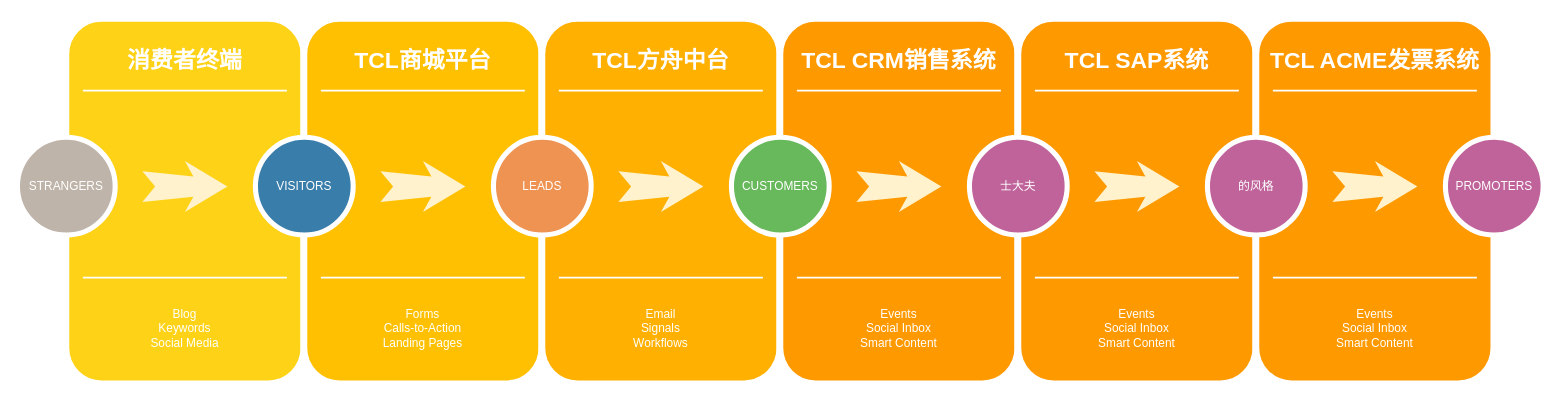
The draw.io diagram tshop/TCL之家Pro-PIA数据流转图.drawio in lawplus/diagrams, before the edit. Source tidied: cells renumbered, new cells numbered last; positions are measured from the earlier drawing's top-left corner, leaving out a move shared by most shapes. Both pictures are drawn from the tidied source at 85%, with x=0, y=0 at pixel (17, 18).
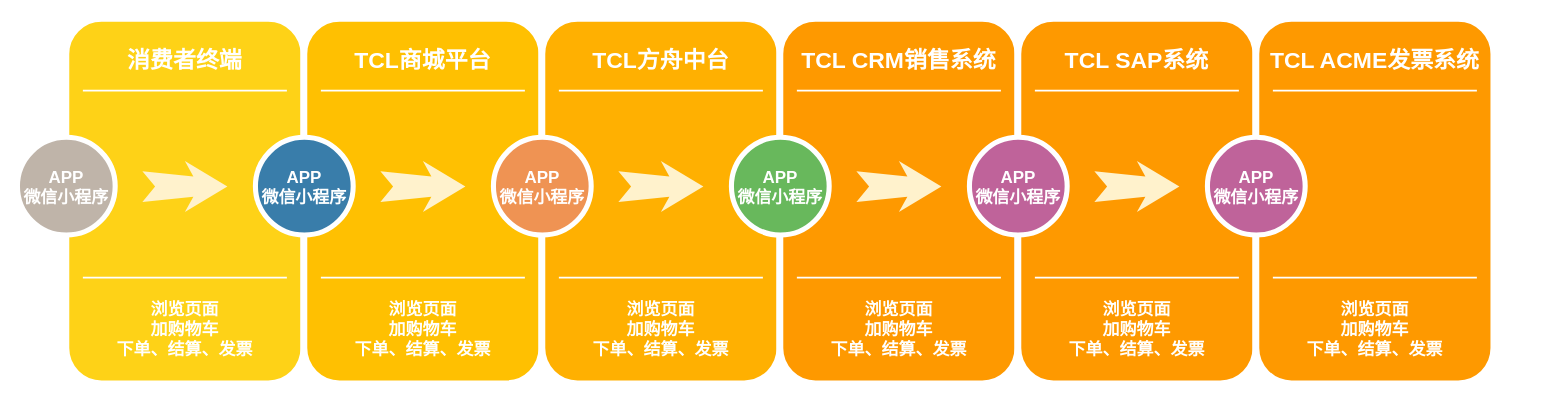
The same page after the edit.

Commit message:
TCL之家Pro-PIA数据流转图.drawio

Change to the diagram source:
```diff
@@
-    <mxCell id="4" value="Blog&lt;div&gt;Keywords&lt;/div&gt;&lt;div&gt;Social Media&lt;/div&gt;" style="text;html=1;strokeColor=none;fillColor=none;align=center;verticalAlign=middle;whiteSpace=wrap;rounded=0;shadow=0;fontSize=14;fontColor=#FFFFFF;" parent="1" vertex="1">
+    <mxCell id="4" value="浏览页面&lt;div style=&quot;font-size: 20px&quot;&gt;加购物车&lt;/div&gt;&lt;div style=&quot;font-size: 20px&quot;&gt;下单、结算、发票&lt;/div&gt;" style="text;html=1;strokeColor=none;fillColor=none;align=center;verticalAlign=middle;whiteSpace=wrap;rounded=0;shadow=0;fontSize=20;fontColor=#FFFFFF;fontStyle=1;" parent="1" vertex="1">
       <mxGeometry x="57" y="320" width="280" height="90" as="geometry" />
     </mxCell>
@@
-    <mxCell id="7" value="STRANGERS" style="ellipse;whiteSpace=wrap;html=1;rounded=0;shadow=0;strokeWidth=6;fontSize=14;align=center;fillColor=#BFB4A9;strokeColor=#FFFFFF;fontColor=#FFFFFF;" parent="1" vertex="1">
+    <mxCell id="7" value="APP&lt;br style=&quot;font-size: 20px;&quot;&gt;微信小程序" style="ellipse;whiteSpace=wrap;html=1;rounded=0;shadow=0;strokeWidth=6;fontSize=20;align=center;fillColor=#BFB4A9;strokeColor=#FFFFFF;fontColor=#FFFFFF;fontStyle=1;" parent="1" vertex="1">
       <mxGeometry y="140" width="115" height="115" as="geometry" />
     </mxCell>
@@
-    <mxCell id="11" value="Forms&lt;div&gt;Calls-to-Action&lt;/div&gt;&lt;div&gt;Landing Pages&lt;/div&gt;" style="text;html=1;strokeColor=none;fillColor=none;align=center;verticalAlign=middle;whiteSpace=wrap;rounded=0;shadow=0;fontSize=14;fontColor=#FFFFFF;" parent="1" vertex="1">
+    <mxCell id="11" value="&lt;span style=&quot;font-size: 20px ; font-weight: 700&quot;&gt;浏览页面&lt;/span&gt;&lt;div style=&quot;font-size: 20px ; font-weight: 700&quot;&gt;加购物车&lt;/div&gt;&lt;div style=&quot;font-size: 20px ; font-weight: 700&quot;&gt;下单、结算、发票&lt;/div&gt;" style="text;html=1;strokeColor=none;fillColor=none;align=center;verticalAlign=middle;whiteSpace=wrap;rounded=0;shadow=0;fontSize=14;fontColor=#FFFFFF;" parent="1" vertex="1">
       <mxGeometry x="337" y="320" width="280" height="90" as="geometry" />
     </mxCell>
@@
-    <mxCell id="14" value="VISITORS" style="ellipse;whiteSpace=wrap;html=1;rounded=0;shadow=0;strokeWidth=6;fontSize=14;align=center;fillColor=#397DAA;strokeColor=#FFFFFF;fontColor=#FFFFFF;" parent="1" vertex="1">
+    <mxCell id="14" value="&lt;span style=&quot;font-size: 20px ; font-weight: 700&quot;&gt;APP&lt;/span&gt;&lt;br style=&quot;font-size: 20px ; font-weight: 700&quot;&gt;&lt;span style=&quot;font-size: 20px ; font-weight: 700&quot;&gt;微信小程序&lt;/span&gt;" style="ellipse;whiteSpace=wrap;html=1;rounded=0;shadow=0;strokeWidth=6;fontSize=14;align=center;fillColor=#397DAA;strokeColor=#FFFFFF;fontColor=#FFFFFF;" parent="1" vertex="1">
       <mxGeometry x="280" y="140" width="115" height="115" as="geometry" />
     </mxCell>
@@
-    <mxCell id="18" value="Email&lt;div&gt;Signals&lt;/div&gt;&lt;div&gt;Workflows&lt;/div&gt;" style="text;html=1;strokeColor=none;fillColor=none;align=center;verticalAlign=middle;whiteSpace=wrap;rounded=0;shadow=0;fontSize=14;fontColor=#FFFFFF;" parent="1" vertex="1">
+    <mxCell id="18" value="&lt;span style=&quot;font-size: 20px ; font-weight: 700&quot;&gt;浏览页面&lt;/span&gt;&lt;div style=&quot;font-size: 20px ; font-weight: 700&quot;&gt;加购物车&lt;/div&gt;&lt;div style=&quot;font-size: 20px ; font-weight: 700&quot;&gt;下单、结算、发票&lt;/div&gt;" style="text;html=1;strokeColor=none;fillColor=none;align=center;verticalAlign=middle;whiteSpace=wrap;rounded=0;shadow=0;fontSize=14;fontColor=#FFFFFF;" parent="1" vertex="1">
       <mxGeometry x="617" y="320" width="280" height="90" as="geometry" />
     </mxCell>
@@
-    <mxCell id="21" value="LEADS" style="ellipse;whiteSpace=wrap;html=1;rounded=0;shadow=0;strokeWidth=6;fontSize=14;align=center;fillColor=#EF9353;strokeColor=#FFFFFF;fontColor=#FFFFFF;" parent="1" vertex="1">
+    <mxCell id="21" value="&lt;span style=&quot;font-size: 20px ; font-weight: 700&quot;&gt;APP&lt;/span&gt;&lt;br style=&quot;font-size: 20px ; font-weight: 700&quot;&gt;&lt;span style=&quot;font-size: 20px ; font-weight: 700&quot;&gt;微信小程序&lt;/span&gt;" style="ellipse;whiteSpace=wrap;html=1;rounded=0;shadow=0;strokeWidth=6;fontSize=14;align=center;fillColor=#EF9353;strokeColor=#FFFFFF;fontColor=#FFFFFF;" parent="1" vertex="1">
       <mxGeometry x="560" y="140" width="115" height="115" as="geometry" />
     </mxCell>
@@
-    <mxCell id="25" value="Events&lt;div&gt;Social Inbox&lt;/div&gt;&lt;div&gt;Smart Content&lt;/div&gt;" style="text;html=1;strokeColor=none;fillColor=none;align=center;verticalAlign=middle;whiteSpace=wrap;rounded=0;shadow=0;fontSize=14;fontColor=#FFFFFF;" parent="1" vertex="1">
+    <mxCell id="25" value="&lt;span style=&quot;font-size: 20px ; font-weight: 700&quot;&gt;浏览页面&lt;/span&gt;&lt;div style=&quot;font-size: 20px ; font-weight: 700&quot;&gt;加购物车&lt;/div&gt;&lt;div style=&quot;font-size: 20px ; font-weight: 700&quot;&gt;下单、结算、发票&lt;/div&gt;" style="text;html=1;strokeColor=none;fillColor=none;align=center;verticalAlign=middle;whiteSpace=wrap;rounded=0;shadow=0;fontSize=14;fontColor=#FFFFFF;" parent="1" vertex="1">
       <mxGeometry x="897" y="320" width="280" height="90" as="geometry" />
     </mxCell>
@@
-    <mxCell id="28" value="CUSTOMERS" style="ellipse;whiteSpace=wrap;html=1;rounded=0;shadow=0;strokeWidth=6;fontSize=14;align=center;fillColor=#68B85C;strokeColor=#FFFFFF;fontColor=#FFFFFF;" parent="1" vertex="1">
+    <mxCell id="28" value="&lt;span style=&quot;font-size: 20px ; font-weight: 700&quot;&gt;APP&lt;/span&gt;&lt;br style=&quot;font-size: 20px ; font-weight: 700&quot;&gt;&lt;span style=&quot;font-size: 20px ; font-weight: 700&quot;&gt;微信小程序&lt;/span&gt;" style="ellipse;whiteSpace=wrap;html=1;rounded=0;shadow=0;strokeWidth=6;fontSize=14;align=center;fillColor=#68B85C;strokeColor=#FFFFFF;fontColor=#FFFFFF;" parent="1" vertex="1">
       <mxGeometry x="840" y="140" width="115" height="115" as="geometry" />
     </mxCell>
@@
-    <mxCell id="32" value="Events&lt;div&gt;Social Inbox&lt;/div&gt;&lt;div&gt;Smart Content&lt;/div&gt;" style="text;html=1;strokeColor=none;fillColor=none;align=center;verticalAlign=middle;whiteSpace=wrap;rounded=0;shadow=0;fontSize=14;fontColor=#FFFFFF;" parent="1" vertex="1">
+    <mxCell id="32" value="&lt;span style=&quot;font-size: 20px ; font-weight: 700&quot;&gt;浏览页面&lt;/span&gt;&lt;div style=&quot;font-size: 20px ; font-weight: 700&quot;&gt;加购物车&lt;/div&gt;&lt;div style=&quot;font-size: 20px ; font-weight: 700&quot;&gt;下单、结算、发票&lt;/div&gt;" style="text;html=1;strokeColor=none;fillColor=none;align=center;verticalAlign=middle;whiteSpace=wrap;rounded=0;shadow=0;fontSize=14;fontColor=#FFFFFF;" parent="1" vertex="1">
       <mxGeometry x="1177" y="320" width="280" height="90" as="geometry" />
     </mxCell>
@@
-    <mxCell id="36" value="士大夫" style="ellipse;whiteSpace=wrap;html=1;rounded=0;shadow=0;strokeWidth=6;fontSize=14;align=center;fillColor=#BF639A;strokeColor=#FFFFFF;fontColor=#FFFFFF;" parent="1" vertex="1">
+    <mxCell id="36" value="&lt;span style=&quot;font-size: 20px ; font-weight: 700&quot;&gt;APP&lt;/span&gt;&lt;br style=&quot;font-size: 20px ; font-weight: 700&quot;&gt;&lt;span style=&quot;font-size: 20px ; font-weight: 700&quot;&gt;微信小程序&lt;/span&gt;" style="ellipse;whiteSpace=wrap;html=1;rounded=0;shadow=0;strokeWidth=6;fontSize=14;align=center;fillColor=#BF639A;strokeColor=#FFFFFF;fontColor=#FFFFFF;" parent="1" vertex="1">
       <mxGeometry x="1120" y="140" width="115" height="115" as="geometry" />
     </mxCell>
@@
-    <mxCell id="39" value="Events&lt;div&gt;Social Inbox&lt;/div&gt;&lt;div&gt;Smart Content&lt;/div&gt;" style="text;html=1;strokeColor=none;fillColor=none;align=center;verticalAlign=middle;whiteSpace=wrap;rounded=0;shadow=0;fontSize=14;fontColor=#FFFFFF;" parent="1" vertex="1">
+    <mxCell id="39" value="&lt;span style=&quot;font-size: 20px ; font-weight: 700&quot;&gt;浏览页面&lt;/span&gt;&lt;div style=&quot;font-size: 20px ; font-weight: 700&quot;&gt;加购物车&lt;/div&gt;&lt;div style=&quot;font-size: 20px ; font-weight: 700&quot;&gt;下单、结算、发票&lt;/div&gt;" style="text;html=1;strokeColor=none;fillColor=none;align=center;verticalAlign=middle;whiteSpace=wrap;rounded=0;shadow=0;fontSize=14;fontColor=#FFFFFF;" parent="1" vertex="1">
       <mxGeometry x="1457" y="320" width="280" height="90" as="geometry" />
     </mxCell>
@@
-    <mxCell id="42" style="html=1;shadow=0;dashed=0;align=center;verticalAlign=middle;shape=mxgraph.arrows2.stylisedArrow;dy=0.6;dx=40;notch=15;feather=0.4;rounded=0;strokeWidth=1;fontSize=27;strokeColor=none;fillColor=#fff2cc;" parent="1" vertex="1">
-      <mxGeometry x="1547" y="168" width="100" height="60" as="geometry" />
-    </mxCell>
-    <mxCell id="43" value="PROMOTERS" style="ellipse;whiteSpace=wrap;html=1;rounded=0;shadow=0;strokeWidth=6;fontSize=14;align=center;fillColor=#BF639A;strokeColor=#FFFFFF;fontColor=#FFFFFF;" parent="1" vertex="1">
-      <mxGeometry x="1680" y="140" width="115" height="115" as="geometry" />
-    </mxCell>
-    <mxCell id="44" value="的风格" style="ellipse;whiteSpace=wrap;html=1;rounded=0;shadow=0;strokeWidth=6;fontSize=14;align=center;fillColor=#BF639A;strokeColor=#FFFFFF;fontColor=#FFFFFF;" parent="1" vertex="1">
+    <mxCell id="44" value="&lt;span style=&quot;font-size: 20px ; font-weight: 700&quot;&gt;APP&lt;/span&gt;&lt;br style=&quot;font-size: 20px ; font-weight: 700&quot;&gt;&lt;span style=&quot;font-size: 20px ; font-weight: 700&quot;&gt;微信小程序&lt;/span&gt;" style="ellipse;whiteSpace=wrap;html=1;rounded=0;shadow=0;strokeWidth=6;fontSize=14;align=center;fillColor=#BF639A;strokeColor=#FFFFFF;fontColor=#FFFFFF;" parent="1" vertex="1">
       <mxGeometry x="1400" y="140" width="115" height="115" as="geometry" />
     </mxCell>
```
